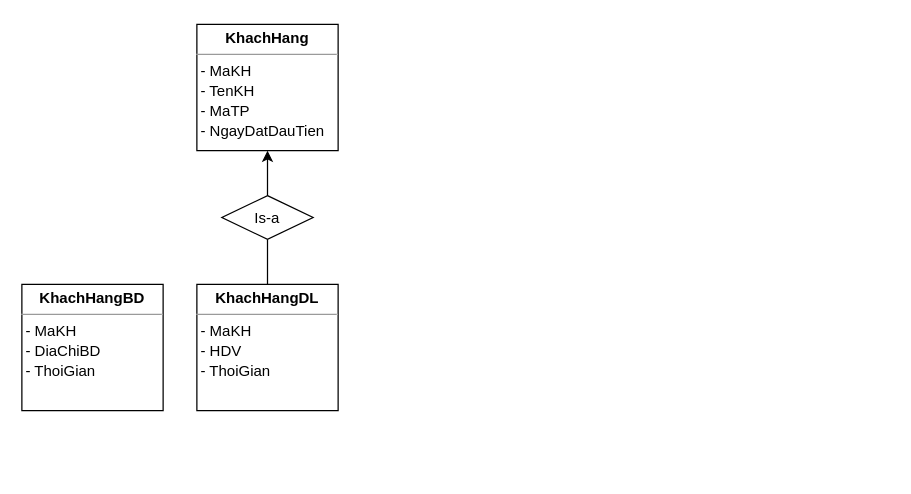
The draw.io diagram data warehouse.drawio in huybach2509/test2, before the edit. Source tidied: cells renumbered, new cells numbered last; positions are measured from the earlier drawing's top-left corner, leaving out a move shared by most shapes. Both pictures are drawn from the tidied source at 125%, with x=0, y=0 at pixel (21, 24).
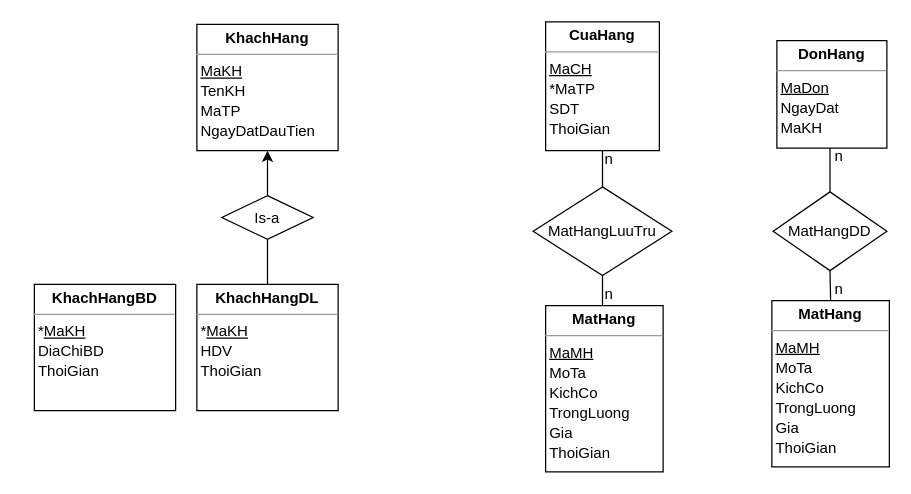
After the change.

Change to the diagram source:
```diff
@@
-    <mxCell id="3" value="&lt;p style=&quot;margin:0px;margin-top:4px;text-align:center;&quot;&gt;&lt;b&gt;KhachHang&lt;/b&gt;&lt;/p&gt;&lt;hr size=&quot;1&quot;&gt;&lt;div style=&quot;height:2px;&quot;&gt;&amp;nbsp;- MaKH&lt;/div&gt;&lt;div style=&quot;height:2px;&quot;&gt;&lt;br&gt;&lt;/div&gt;&lt;div style=&quot;height:2px;&quot;&gt;&lt;br&gt;&lt;/div&gt;&lt;div style=&quot;height:2px;&quot;&gt;&lt;br&gt;&lt;/div&gt;&lt;div style=&quot;height:2px;&quot;&gt;&lt;br&gt;&lt;/div&gt;&lt;div style=&quot;height:2px;&quot;&gt;&lt;br&gt;&lt;/div&gt;&lt;div style=&quot;height:2px;&quot;&gt;&lt;br&gt;&lt;/div&gt;&lt;div style=&quot;height:2px;&quot;&gt;&lt;br&gt;&lt;/div&gt;&lt;div style=&quot;height:2px;&quot;&gt;&amp;nbsp;- TenKH&lt;/div&gt;&lt;div style=&quot;height:2px;&quot;&gt;&lt;br&gt;&lt;/div&gt;&lt;div style=&quot;height:2px;&quot;&gt;&lt;br&gt;&lt;/div&gt;&lt;div style=&quot;height:2px;&quot;&gt;&lt;br&gt;&lt;/div&gt;&lt;div style=&quot;height:2px;&quot;&gt;&lt;br&gt;&lt;/div&gt;&lt;div style=&quot;height:2px;&quot;&gt;&lt;br&gt;&lt;/div&gt;&lt;div style=&quot;height:2px;&quot;&gt;&lt;br&gt;&lt;/div&gt;&lt;div style=&quot;height:2px;&quot;&gt;&lt;br&gt;&lt;/div&gt;&lt;div style=&quot;height:2px;&quot;&gt;&amp;nbsp;- MaTP&lt;/div&gt;&lt;div style=&quot;height:2px;&quot;&gt;&lt;br&gt;&lt;/div&gt;&lt;div style=&quot;height:2px;&quot;&gt;&lt;br&gt;&lt;/div&gt;&lt;div style=&quot;height:2px;&quot;&gt;&lt;br&gt;&lt;/div&gt;&lt;div style=&quot;height:2px;&quot;&gt;&lt;br&gt;&lt;/div&gt;&lt;div style=&quot;height:2px;&quot;&gt;&lt;br&gt;&lt;/div&gt;&lt;div style=&quot;height:2px;&quot;&gt;&lt;br&gt;&lt;/div&gt;&lt;div style=&quot;height:2px;&quot;&gt;&lt;br&gt;&lt;/div&gt;&lt;div style=&quot;height:2px;&quot;&gt;&amp;nbsp;- NgayDatDauTien&lt;/div&gt;" style="verticalAlign=top;align=left;overflow=fill;fontSize=12;fontFamily=Helvetica;html=1;whiteSpace=wrap;" parent="1" vertex="1">
+    <mxCell id="3" value="&lt;p style=&quot;margin:0px;margin-top:4px;text-align:center;&quot;&gt;&lt;b&gt;KhachHang&lt;/b&gt;&lt;/p&gt;&lt;hr size=&quot;1&quot;&gt;&lt;div style=&quot;height:2px;&quot;&gt;&amp;nbsp;&lt;u&gt;MaKH&lt;/u&gt;&lt;/div&gt;&lt;div style=&quot;height:2px;&quot;&gt;&lt;br&gt;&lt;/div&gt;&lt;div style=&quot;height:2px;&quot;&gt;&lt;br&gt;&lt;/div&gt;&lt;div style=&quot;height:2px;&quot;&gt;&lt;br&gt;&lt;/div&gt;&lt;div style=&quot;height:2px;&quot;&gt;&lt;br&gt;&lt;/div&gt;&lt;div style=&quot;height:2px;&quot;&gt;&lt;br&gt;&lt;/div&gt;&lt;div style=&quot;height:2px;&quot;&gt;&lt;br&gt;&lt;/div&gt;&lt;div style=&quot;height:2px;&quot;&gt;&lt;br&gt;&lt;/div&gt;&lt;div style=&quot;height:2px;&quot;&gt;&amp;nbsp;TenKH&lt;/div&gt;&lt;div style=&quot;height:2px;&quot;&gt;&lt;br&gt;&lt;/div&gt;&lt;div style=&quot;height:2px;&quot;&gt;&lt;br&gt;&lt;/div&gt;&lt;div style=&quot;height:2px;&quot;&gt;&lt;br&gt;&lt;/div&gt;&lt;div style=&quot;height:2px;&quot;&gt;&lt;br&gt;&lt;/div&gt;&lt;div style=&quot;height:2px;&quot;&gt;&lt;br&gt;&lt;/div&gt;&lt;div style=&quot;height:2px;&quot;&gt;&lt;br&gt;&lt;/div&gt;&lt;div style=&quot;height:2px;&quot;&gt;&lt;br&gt;&lt;/div&gt;&lt;div style=&quot;height:2px;&quot;&gt;&amp;nbsp;MaTP&lt;/div&gt;&lt;div style=&quot;height:2px;&quot;&gt;&lt;br&gt;&lt;/div&gt;&lt;div style=&quot;height:2px;&quot;&gt;&lt;br&gt;&lt;/div&gt;&lt;div style=&quot;height:2px;&quot;&gt;&lt;br&gt;&lt;/div&gt;&lt;div style=&quot;height:2px;&quot;&gt;&lt;br&gt;&lt;/div&gt;&lt;div style=&quot;height:2px;&quot;&gt;&lt;br&gt;&lt;/div&gt;&lt;div style=&quot;height:2px;&quot;&gt;&lt;br&gt;&lt;/div&gt;&lt;div style=&quot;height:2px;&quot;&gt;&lt;br&gt;&lt;/div&gt;&lt;div style=&quot;height:2px;&quot;&gt;&amp;nbsp;NgayDatDauTien&lt;/div&gt;" style="verticalAlign=top;align=left;overflow=fill;fontSize=12;fontFamily=Helvetica;html=1;whiteSpace=wrap;" parent="1" vertex="1">
       <mxGeometry x="140" width="113" height="101" as="geometry" />
     </mxCell>
-    <mxCell id="4" value="&lt;p style=&quot;margin:0px;margin-top:4px;text-align:center;&quot;&gt;&lt;b&gt;KhachHangDL&lt;/b&gt;&lt;/p&gt;&lt;hr size=&quot;1&quot;&gt;&lt;div style=&quot;height:2px;&quot;&gt;&amp;nbsp;- MaKH&lt;/div&gt;&lt;div style=&quot;height:2px;&quot;&gt;&lt;br&gt;&lt;/div&gt;&lt;div style=&quot;height:2px;&quot;&gt;&lt;br&gt;&lt;/div&gt;&lt;div style=&quot;height:2px;&quot;&gt;&lt;br&gt;&lt;/div&gt;&lt;div style=&quot;height:2px;&quot;&gt;&lt;br&gt;&lt;/div&gt;&lt;div style=&quot;height:2px;&quot;&gt;&lt;br&gt;&lt;/div&gt;&lt;div style=&quot;height:2px;&quot;&gt;&lt;br&gt;&lt;/div&gt;&lt;div style=&quot;height:2px;&quot;&gt;&lt;br&gt;&lt;/div&gt;&lt;div style=&quot;height:2px;&quot;&gt;&amp;nbsp;- HDV&lt;/div&gt;&lt;div style=&quot;height:2px;&quot;&gt;&lt;br&gt;&lt;/div&gt;&lt;div style=&quot;height:2px;&quot;&gt;&lt;br&gt;&lt;/div&gt;&lt;div style=&quot;height:2px;&quot;&gt;&lt;br&gt;&lt;/div&gt;&lt;div style=&quot;height:2px;&quot;&gt;&lt;br&gt;&lt;/div&gt;&lt;div style=&quot;height:2px;&quot;&gt;&lt;br&gt;&lt;/div&gt;&lt;div style=&quot;height:2px;&quot;&gt;&lt;br&gt;&lt;/div&gt;&lt;div style=&quot;height:2px;&quot;&gt;&lt;br&gt;&lt;/div&gt;&lt;div style=&quot;height:2px;&quot;&gt;&amp;nbsp;- ThoiGian&lt;/div&gt;&lt;div style=&quot;height:2px;&quot;&gt;&lt;br&gt;&lt;/div&gt;&lt;div style=&quot;height:2px;&quot;&gt;&lt;br&gt;&lt;/div&gt;&lt;div style=&quot;height:2px;&quot;&gt;&lt;br&gt;&lt;/div&gt;&lt;div style=&quot;height:2px;&quot;&gt;&lt;br&gt;&lt;/div&gt;&lt;div style=&quot;height:2px;&quot;&gt;&lt;br&gt;&lt;/div&gt;&lt;div style=&quot;height:2px;&quot;&gt;&lt;br&gt;&lt;/div&gt;&lt;div style=&quot;height:2px;&quot;&gt;&lt;br&gt;&lt;/div&gt;&lt;div style=&quot;height:2px;&quot;&gt;&amp;nbsp;&lt;/div&gt;" style="verticalAlign=top;align=left;overflow=fill;fontSize=12;fontFamily=Helvetica;html=1;whiteSpace=wrap;" parent="1" vertex="1">
+    <mxCell id="4" value="&lt;p style=&quot;margin:0px;margin-top:4px;text-align:center;&quot;&gt;&lt;b&gt;KhachHangDL&lt;/b&gt;&lt;/p&gt;&lt;hr size=&quot;1&quot;&gt;&lt;div style=&quot;height:2px;&quot;&gt;&amp;nbsp;*&lt;u&gt;MaKH&lt;/u&gt;&lt;/div&gt;&lt;div style=&quot;height:2px;&quot;&gt;&lt;br&gt;&lt;/div&gt;&lt;div style=&quot;height:2px;&quot;&gt;&lt;br&gt;&lt;/div&gt;&lt;div style=&quot;height:2px;&quot;&gt;&lt;br&gt;&lt;/div&gt;&lt;div style=&quot;height:2px;&quot;&gt;&lt;br&gt;&lt;/div&gt;&lt;div style=&quot;height:2px;&quot;&gt;&lt;br&gt;&lt;/div&gt;&lt;div style=&quot;height:2px;&quot;&gt;&lt;br&gt;&lt;/div&gt;&lt;div style=&quot;height:2px;&quot;&gt;&lt;br&gt;&lt;/div&gt;&lt;div style=&quot;height:2px;&quot;&gt;&amp;nbsp;HDV&lt;/div&gt;&lt;div style=&quot;height:2px;&quot;&gt;&lt;br&gt;&lt;/div&gt;&lt;div style=&quot;height:2px;&quot;&gt;&lt;br&gt;&lt;/div&gt;&lt;div style=&quot;height:2px;&quot;&gt;&lt;br&gt;&lt;/div&gt;&lt;div style=&quot;height:2px;&quot;&gt;&lt;br&gt;&lt;/div&gt;&lt;div style=&quot;height:2px;&quot;&gt;&lt;br&gt;&lt;/div&gt;&lt;div style=&quot;height:2px;&quot;&gt;&lt;br&gt;&lt;/div&gt;&lt;div style=&quot;height:2px;&quot;&gt;&lt;br&gt;&lt;/div&gt;&lt;div style=&quot;height:2px;&quot;&gt;&amp;nbsp;ThoiGian&lt;/div&gt;&lt;div style=&quot;height:2px;&quot;&gt;&lt;br&gt;&lt;/div&gt;&lt;div style=&quot;height:2px;&quot;&gt;&lt;br&gt;&lt;/div&gt;&lt;div style=&quot;height:2px;&quot;&gt;&lt;br&gt;&lt;/div&gt;&lt;div style=&quot;height:2px;&quot;&gt;&lt;br&gt;&lt;/div&gt;&lt;div style=&quot;height:2px;&quot;&gt;&lt;br&gt;&lt;/div&gt;&lt;div style=&quot;height:2px;&quot;&gt;&lt;br&gt;&lt;/div&gt;&lt;div style=&quot;height:2px;&quot;&gt;&lt;br&gt;&lt;/div&gt;&lt;div style=&quot;height:2px;&quot;&gt;&amp;nbsp;&lt;/div&gt;" style="verticalAlign=top;align=left;overflow=fill;fontSize=12;fontFamily=Helvetica;html=1;whiteSpace=wrap;" parent="1" vertex="1">
       <mxGeometry x="140" y="208" width="113" height="101" as="geometry" />
     </mxCell>
-    <mxCell id="5" value="&lt;p style=&quot;margin:0px;margin-top:4px;text-align:center;&quot;&gt;&lt;b&gt;KhachHangBD&lt;/b&gt;&lt;/p&gt;&lt;hr size=&quot;1&quot;&gt;&lt;div style=&quot;height:2px;&quot;&gt;&amp;nbsp;- MaKH&lt;/div&gt;&lt;div style=&quot;height:2px;&quot;&gt;&lt;br&gt;&lt;/div&gt;&lt;div style=&quot;height:2px;&quot;&gt;&lt;br&gt;&lt;/div&gt;&lt;div style=&quot;height:2px;&quot;&gt;&lt;br&gt;&lt;/div&gt;&lt;div style=&quot;height:2px;&quot;&gt;&lt;br&gt;&lt;/div&gt;&lt;div style=&quot;height:2px;&quot;&gt;&lt;br&gt;&lt;/div&gt;&lt;div style=&quot;height:2px;&quot;&gt;&lt;br&gt;&lt;/div&gt;&lt;div style=&quot;height:2px;&quot;&gt;&lt;br&gt;&lt;/div&gt;&lt;div style=&quot;height:2px;&quot;&gt;&amp;nbsp;- DiaChiBD&lt;/div&gt;&lt;div style=&quot;height:2px;&quot;&gt;&lt;br&gt;&lt;/div&gt;&lt;div style=&quot;height:2px;&quot;&gt;&lt;br&gt;&lt;/div&gt;&lt;div style=&quot;height:2px;&quot;&gt;&lt;br&gt;&lt;/div&gt;&lt;div style=&quot;height:2px;&quot;&gt;&lt;br&gt;&lt;/div&gt;&lt;div style=&quot;height:2px;&quot;&gt;&lt;br&gt;&lt;/div&gt;&lt;div style=&quot;height:2px;&quot;&gt;&lt;br&gt;&lt;/div&gt;&lt;div style=&quot;height:2px;&quot;&gt;&lt;br&gt;&lt;/div&gt;&lt;div style=&quot;height:2px;&quot;&gt;&amp;nbsp;- ThoiGian&lt;/div&gt;&lt;div style=&quot;height:2px;&quot;&gt;&lt;br&gt;&lt;/div&gt;&lt;div style=&quot;height:2px;&quot;&gt;&lt;br&gt;&lt;/div&gt;&lt;div style=&quot;height:2px;&quot;&gt;&lt;br&gt;&lt;/div&gt;&lt;div style=&quot;height:2px;&quot;&gt;&lt;br&gt;&lt;/div&gt;&lt;div style=&quot;height:2px;&quot;&gt;&lt;br&gt;&lt;/div&gt;&lt;div style=&quot;height:2px;&quot;&gt;&lt;br&gt;&lt;/div&gt;&lt;div style=&quot;height:2px;&quot;&gt;&lt;br&gt;&lt;/div&gt;&lt;div style=&quot;height:2px;&quot;&gt;&amp;nbsp;&lt;/div&gt;" style="verticalAlign=top;align=left;overflow=fill;fontSize=12;fontFamily=Helvetica;html=1;whiteSpace=wrap;" parent="1" vertex="1">
-      <mxGeometry y="208" width="113" height="101" as="geometry" />
+    <mxCell id="5" value="&lt;p style=&quot;margin:0px;margin-top:4px;text-align:center;&quot;&gt;&lt;b&gt;KhachHangBD&lt;/b&gt;&lt;/p&gt;&lt;hr size=&quot;1&quot;&gt;&lt;div style=&quot;height:2px;&quot;&gt;&amp;nbsp;*&lt;u&gt;MaKH&lt;/u&gt;&lt;/div&gt;&lt;div style=&quot;height:2px;&quot;&gt;&lt;br&gt;&lt;/div&gt;&lt;div style=&quot;height:2px;&quot;&gt;&lt;br&gt;&lt;/div&gt;&lt;div style=&quot;height:2px;&quot;&gt;&lt;br&gt;&lt;/div&gt;&lt;div style=&quot;height:2px;&quot;&gt;&lt;br&gt;&lt;/div&gt;&lt;div style=&quot;height:2px;&quot;&gt;&lt;br&gt;&lt;/div&gt;&lt;div style=&quot;height:2px;&quot;&gt;&lt;br&gt;&lt;/div&gt;&lt;div style=&quot;height:2px;&quot;&gt;&lt;br&gt;&lt;/div&gt;&lt;div style=&quot;height:2px;&quot;&gt;&amp;nbsp;DiaChiBD&lt;/div&gt;&lt;div style=&quot;height:2px;&quot;&gt;&lt;br&gt;&lt;/div&gt;&lt;div style=&quot;height:2px;&quot;&gt;&lt;br&gt;&lt;/div&gt;&lt;div style=&quot;height:2px;&quot;&gt;&lt;br&gt;&lt;/div&gt;&lt;div style=&quot;height:2px;&quot;&gt;&lt;br&gt;&lt;/div&gt;&lt;div style=&quot;height:2px;&quot;&gt;&lt;br&gt;&lt;/div&gt;&lt;div style=&quot;height:2px;&quot;&gt;&lt;br&gt;&lt;/div&gt;&lt;div style=&quot;height:2px;&quot;&gt;&lt;br&gt;&lt;/div&gt;&lt;div style=&quot;height:2px;&quot;&gt;&amp;nbsp;ThoiGian&lt;/div&gt;&lt;div style=&quot;height:2px;&quot;&gt;&lt;br&gt;&lt;/div&gt;&lt;div style=&quot;height:2px;&quot;&gt;&lt;br&gt;&lt;/div&gt;&lt;div style=&quot;height:2px;&quot;&gt;&lt;br&gt;&lt;/div&gt;&lt;div style=&quot;height:2px;&quot;&gt;&lt;br&gt;&lt;/div&gt;&lt;div style=&quot;height:2px;&quot;&gt;&lt;br&gt;&lt;/div&gt;&lt;div style=&quot;height:2px;&quot;&gt;&lt;br&gt;&lt;/div&gt;&lt;div style=&quot;height:2px;&quot;&gt;&lt;br&gt;&lt;/div&gt;&lt;div style=&quot;height:2px;&quot;&gt;&amp;nbsp;&lt;/div&gt;" style="verticalAlign=top;align=left;overflow=fill;fontSize=12;fontFamily=Helvetica;html=1;whiteSpace=wrap;" parent="1" vertex="1">
+      <mxGeometry x="10" y="208" width="113" height="101" as="geometry" />
     </mxCell>
@@
+    <mxCell id="8" value="&lt;p style=&quot;margin:0px;margin-top:4px;text-align:center;&quot;&gt;&lt;b&gt;CuaHang&lt;/b&gt;&lt;/p&gt;&lt;hr size=&quot;1&quot;&gt;&lt;div style=&quot;height:2px;&quot;&gt;&amp;nbsp;&lt;u&gt;MaCH&lt;/u&gt;&lt;/div&gt;&lt;div style=&quot;height:2px;&quot;&gt;&lt;br&gt;&lt;/div&gt;&lt;div style=&quot;height:2px;&quot;&gt;&lt;br&gt;&lt;/div&gt;&lt;div style=&quot;height:2px;&quot;&gt;&lt;br&gt;&lt;/div&gt;&lt;div style=&quot;height:2px;&quot;&gt;&lt;br&gt;&lt;/div&gt;&lt;div style=&quot;height:2px;&quot;&gt;&lt;br&gt;&lt;/div&gt;&lt;div style=&quot;height:2px;&quot;&gt;&lt;br&gt;&lt;/div&gt;&lt;div style=&quot;height:2px;&quot;&gt;&lt;br&gt;&lt;/div&gt;&lt;div style=&quot;height:2px;&quot;&gt;&amp;nbsp;*MaTP&lt;/div&gt;&lt;div style=&quot;height:2px;&quot;&gt;&lt;br&gt;&lt;/div&gt;&lt;div style=&quot;height:2px;&quot;&gt;&lt;br&gt;&lt;/div&gt;&lt;div style=&quot;height:2px;&quot;&gt;&lt;br&gt;&lt;/div&gt;&lt;div style=&quot;height:2px;&quot;&gt;&lt;br&gt;&lt;/div&gt;&lt;div style=&quot;height:2px;&quot;&gt;&lt;br&gt;&lt;/div&gt;&lt;div style=&quot;height:2px;&quot;&gt;&lt;br&gt;&lt;/div&gt;&lt;div style=&quot;height:2px;&quot;&gt;&lt;br&gt;&lt;/div&gt;&lt;div style=&quot;height:2px;&quot;&gt;&amp;nbsp;SDT&lt;/div&gt;&lt;div style=&quot;height:2px;&quot;&gt;&lt;br&gt;&lt;/div&gt;&lt;div style=&quot;height:2px;&quot;&gt;&lt;br&gt;&lt;/div&gt;&lt;div style=&quot;height:2px;&quot;&gt;&lt;br&gt;&lt;/div&gt;&lt;div style=&quot;height:2px;&quot;&gt;&lt;br&gt;&lt;/div&gt;&lt;div style=&quot;height:2px;&quot;&gt;&lt;br&gt;&lt;/div&gt;&lt;div style=&quot;height:2px;&quot;&gt;&lt;br&gt;&lt;/div&gt;&lt;div style=&quot;height:2px;&quot;&gt;&lt;br&gt;&lt;/div&gt;&lt;div style=&quot;height:2px;&quot;&gt;&amp;nbsp;ThoiGian&lt;/div&gt;" style="verticalAlign=top;align=left;overflow=fill;fontSize=12;fontFamily=Helvetica;html=1;whiteSpace=wrap;" parent="1" vertex="1">
+      <mxGeometry x="419" y="-2" width="91" height="103" as="geometry" />
+    </mxCell>
+    <mxCell id="9" style="edgeStyle=orthogonalEdgeStyle;rounded=0;jettySize=auto;html=1;exitX=0.5;exitY=0;exitDx=0;exitDy=0;entryX=0.5;entryY=1;entryDx=0;entryDy=0;endArrow=none;endFill=0;" parent="1" edge="1" source="10" target="12">
+      <mxGeometry relative="1" as="geometry" />
+    </mxCell>
+    <mxCell id="10" value="&lt;p style=&quot;margin:0px;margin-top:4px;text-align:center;&quot;&gt;&lt;b&gt;MatHang&lt;/b&gt;&lt;/p&gt;&lt;hr size=&quot;1&quot;&gt;&lt;div style=&quot;height:2px;&quot;&gt;&amp;nbsp;&lt;u&gt;MaMH&lt;/u&gt;&lt;/div&gt;&lt;div style=&quot;height:2px;&quot;&gt;&lt;br&gt;&lt;/div&gt;&lt;div style=&quot;height:2px;&quot;&gt;&lt;br&gt;&lt;/div&gt;&lt;div style=&quot;height:2px;&quot;&gt;&lt;br&gt;&lt;/div&gt;&lt;div style=&quot;height:2px;&quot;&gt;&lt;br&gt;&lt;/div&gt;&lt;div style=&quot;height:2px;&quot;&gt;&lt;br&gt;&lt;/div&gt;&lt;div style=&quot;height:2px;&quot;&gt;&lt;br&gt;&lt;/div&gt;&lt;div style=&quot;height:2px;&quot;&gt;&lt;br&gt;&lt;/div&gt;&lt;div style=&quot;height:2px;&quot;&gt;&amp;nbsp;MoTa&lt;/div&gt;&lt;div style=&quot;height:2px;&quot;&gt;&lt;br&gt;&lt;/div&gt;&lt;div style=&quot;height:2px;&quot;&gt;&lt;br&gt;&lt;/div&gt;&lt;div style=&quot;height:2px;&quot;&gt;&lt;br&gt;&lt;/div&gt;&lt;div style=&quot;height:2px;&quot;&gt;&lt;br&gt;&lt;/div&gt;&lt;div style=&quot;height:2px;&quot;&gt;&lt;br&gt;&lt;/div&gt;&lt;div style=&quot;height:2px;&quot;&gt;&lt;br&gt;&lt;/div&gt;&lt;div style=&quot;height:2px;&quot;&gt;&lt;br&gt;&lt;/div&gt;&lt;div style=&quot;height:2px;&quot;&gt;&amp;nbsp;KichCo&lt;/div&gt;&lt;div style=&quot;height:2px;&quot;&gt;&lt;br&gt;&lt;/div&gt;&lt;div style=&quot;height:2px;&quot;&gt;&lt;br&gt;&lt;/div&gt;&lt;div style=&quot;height:2px;&quot;&gt;&lt;br&gt;&lt;/div&gt;&lt;div style=&quot;height:2px;&quot;&gt;&lt;br&gt;&lt;/div&gt;&lt;div style=&quot;height:2px;&quot;&gt;&lt;br&gt;&lt;/div&gt;&lt;div style=&quot;height:2px;&quot;&gt;&lt;br&gt;&lt;/div&gt;&lt;div style=&quot;height:2px;&quot;&gt;&lt;br&gt;&lt;/div&gt;&lt;div style=&quot;height:2px;&quot;&gt;&amp;nbsp;TrongLuong&lt;/div&gt;&lt;div style=&quot;height:2px;&quot;&gt;&lt;br&gt;&lt;/div&gt;&lt;div style=&quot;height:2px;&quot;&gt;&lt;br&gt;&lt;/div&gt;&lt;div style=&quot;height:2px;&quot;&gt;&lt;br&gt;&lt;/div&gt;&lt;div style=&quot;height:2px;&quot;&gt;&lt;br&gt;&lt;/div&gt;&lt;div style=&quot;height:2px;&quot;&gt;&lt;br&gt;&lt;/div&gt;&lt;div style=&quot;height:2px;&quot;&gt;&lt;br&gt;&lt;/div&gt;&lt;div style=&quot;height:2px;&quot;&gt;&lt;br&gt;&lt;/div&gt;&lt;div style=&quot;height:2px;&quot;&gt;&amp;nbsp;Gia&lt;/div&gt;&lt;div style=&quot;height:2px;&quot;&gt;&lt;br&gt;&lt;/div&gt;&lt;div style=&quot;height:2px;&quot;&gt;&lt;br&gt;&lt;/div&gt;&lt;div style=&quot;height:2px;&quot;&gt;&lt;br&gt;&lt;/div&gt;&lt;div style=&quot;height:2px;&quot;&gt;&lt;br&gt;&lt;/div&gt;&lt;div style=&quot;height:2px;&quot;&gt;&lt;br&gt;&lt;/div&gt;&lt;div style=&quot;height:2px;&quot;&gt;&lt;br&gt;&lt;/div&gt;&lt;div style=&quot;height:2px;&quot;&gt;&lt;br&gt;&lt;/div&gt;&lt;div style=&quot;height:2px;&quot;&gt;&amp;nbsp;ThoiGian&lt;/div&gt;" style="verticalAlign=top;align=left;overflow=fill;fontSize=12;fontFamily=Helvetica;html=1;whiteSpace=wrap;" parent="1" vertex="1">
+      <mxGeometry x="419" y="225" width="94" height="133" as="geometry" />
+    </mxCell>
+    <mxCell id="11" style="edgeStyle=orthogonalEdgeStyle;rounded=0;jettySize=auto;html=1;exitX=0.5;exitY=0;exitDx=0;exitDy=0;entryX=0.5;entryY=1;entryDx=0;entryDy=0;endArrow=none;endFill=0;" parent="1" edge="1" source="12" target="8">
+      <mxGeometry relative="1" as="geometry" />
+    </mxCell>
+    <mxCell id="12" value="MatHangLuuTru" style="rhombus;whiteSpace=wrap;html=1;" parent="1" vertex="1">
+      <mxGeometry x="409" y="130" width="111" height="71" as="geometry" />
+    </mxCell>
+    <mxCell id="13" style="rounded=0;jettySize=auto;html=1;exitX=0.5;exitY=1;exitDx=0;exitDy=0;entryX=0.5;entryY=0;entryDx=0;entryDy=0;endArrow=none;endFill=0;" parent="1" edge="1" source="14" target="21">
+      <mxGeometry relative="1" as="geometry" />
+    </mxCell>
+    <mxCell id="14" value="MatHangDD" style="rhombus;whiteSpace=wrap;html=1;" parent="1" vertex="1">
+      <mxGeometry x="601" y="134" width="91" height="63" as="geometry" />
+    </mxCell>
+    <mxCell id="15" value="n" style="text;html=1;strokeColor=none;fillColor=none;align=center;verticalAlign=middle;whiteSpace=wrap;rounded=0;" parent="1" vertex="1">
+      <mxGeometry x="440" y="201" width="60" height="30" as="geometry" />
+    </mxCell>
+    <mxCell id="16" value="n" style="text;html=1;strokeColor=none;fillColor=none;align=center;verticalAlign=middle;whiteSpace=wrap;rounded=0;" parent="1" vertex="1">
+      <mxGeometry x="440" y="93" width="60" height="30" as="geometry" />
+    </mxCell>
+    <mxCell id="17" style="rounded=0;jettySize=auto;html=1;exitX=0.5;exitY=1;exitDx=0;exitDy=0;entryX=0.5;entryY=0;entryDx=0;entryDy=0;endArrow=none;endFill=0;" parent="1" edge="1" target="14">
+      <mxGeometry relative="1" as="geometry">
+        <mxPoint x="646.5" y="99" as="sourcePoint" />
+      </mxGeometry>
+    </mxCell>
+    <mxCell id="18" value="n" style="text;html=1;strokeColor=none;fillColor=none;align=center;verticalAlign=middle;whiteSpace=wrap;rounded=0;" parent="1" vertex="1">
+      <mxGeometry x="624" y="91" width="60" height="30" as="geometry" />
+    </mxCell>
+    <mxCell id="19" value="n" style="text;html=1;strokeColor=none;fillColor=none;align=center;verticalAlign=middle;whiteSpace=wrap;rounded=0;" parent="1" vertex="1">
+      <mxGeometry x="624" y="197" width="60" height="30" as="geometry" />
+    </mxCell>
+    <mxCell id="20" value="&lt;p style=&quot;margin:0px;margin-top:4px;text-align:center;&quot;&gt;&lt;b&gt;DonHang&lt;/b&gt;&lt;/p&gt;&lt;hr size=&quot;1&quot;&gt;&lt;div style=&quot;height:2px;&quot;&gt;&amp;nbsp;&lt;u&gt;MaDon&lt;/u&gt;&lt;/div&gt;&lt;div style=&quot;height:2px;&quot;&gt;&lt;br&gt;&lt;/div&gt;&lt;div style=&quot;height:2px;&quot;&gt;&lt;br&gt;&lt;/div&gt;&lt;div style=&quot;height:2px;&quot;&gt;&lt;br&gt;&lt;/div&gt;&lt;div style=&quot;height:2px;&quot;&gt;&lt;br&gt;&lt;/div&gt;&lt;div style=&quot;height:2px;&quot;&gt;&lt;br&gt;&lt;/div&gt;&lt;div style=&quot;height:2px;&quot;&gt;&lt;br&gt;&lt;/div&gt;&lt;div style=&quot;height:2px;&quot;&gt;&lt;br&gt;&lt;/div&gt;&lt;div style=&quot;height:2px;&quot;&gt;&amp;nbsp;NgayDat&lt;/div&gt;&lt;div style=&quot;height:2px;&quot;&gt;&lt;br&gt;&lt;/div&gt;&lt;div style=&quot;height:2px;&quot;&gt;&lt;br&gt;&lt;/div&gt;&lt;div style=&quot;height:2px;&quot;&gt;&lt;br&gt;&lt;/div&gt;&lt;div style=&quot;height:2px;&quot;&gt;&lt;br&gt;&lt;/div&gt;&lt;div style=&quot;height:2px;&quot;&gt;&lt;br&gt;&lt;/div&gt;&lt;div style=&quot;height:2px;&quot;&gt;&lt;br&gt;&lt;/div&gt;&lt;div style=&quot;height:2px;&quot;&gt;&lt;br&gt;&lt;/div&gt;&lt;div style=&quot;height:2px;&quot;&gt;&amp;nbsp;MaKH&lt;/div&gt;&lt;div style=&quot;height:2px;&quot;&gt;&lt;br&gt;&lt;/div&gt;&lt;div style=&quot;height:2px;&quot;&gt;&lt;br&gt;&lt;/div&gt;&lt;div style=&quot;height:2px;&quot;&gt;&lt;br&gt;&lt;/div&gt;&lt;div style=&quot;height:2px;&quot;&gt;&lt;br&gt;&lt;/div&gt;&lt;div style=&quot;height:2px;&quot;&gt;&lt;br&gt;&lt;/div&gt;&lt;div style=&quot;height:2px;&quot;&gt;&lt;br&gt;&lt;/div&gt;&lt;div style=&quot;height:2px;&quot;&gt;&lt;br&gt;&lt;/div&gt;&lt;div style=&quot;height:2px;&quot;&gt;&amp;nbsp;&lt;/div&gt;" style="verticalAlign=top;align=left;overflow=fill;fontSize=12;fontFamily=Helvetica;html=1;whiteSpace=wrap;" parent="1" vertex="1">
+      <mxGeometry x="604" y="13" width="88" height="86" as="geometry" />
+    </mxCell>
+    <mxCell id="21" value="&lt;p style=&quot;margin:0px;margin-top:4px;text-align:center;&quot;&gt;&lt;b&gt;MatHang&lt;/b&gt;&lt;/p&gt;&lt;hr size=&quot;1&quot;&gt;&lt;div style=&quot;height:2px;&quot;&gt;&amp;nbsp;&lt;u&gt;MaMH&lt;/u&gt;&lt;/div&gt;&lt;div style=&quot;height:2px;&quot;&gt;&lt;br&gt;&lt;/div&gt;&lt;div style=&quot;height:2px;&quot;&gt;&lt;br&gt;&lt;/div&gt;&lt;div style=&quot;height:2px;&quot;&gt;&lt;br&gt;&lt;/div&gt;&lt;div style=&quot;height:2px;&quot;&gt;&lt;br&gt;&lt;/div&gt;&lt;div style=&quot;height:2px;&quot;&gt;&lt;br&gt;&lt;/div&gt;&lt;div style=&quot;height:2px;&quot;&gt;&lt;br&gt;&lt;/div&gt;&lt;div style=&quot;height:2px;&quot;&gt;&lt;br&gt;&lt;/div&gt;&lt;div style=&quot;height:2px;&quot;&gt;&amp;nbsp;MoTa&lt;/div&gt;&lt;div style=&quot;height:2px;&quot;&gt;&lt;br&gt;&lt;/div&gt;&lt;div style=&quot;height:2px;&quot;&gt;&lt;br&gt;&lt;/div&gt;&lt;div style=&quot;height:2px;&quot;&gt;&lt;br&gt;&lt;/div&gt;&lt;div style=&quot;height:2px;&quot;&gt;&lt;br&gt;&lt;/div&gt;&lt;div style=&quot;height:2px;&quot;&gt;&lt;br&gt;&lt;/div&gt;&lt;div style=&quot;height:2px;&quot;&gt;&lt;br&gt;&lt;/div&gt;&lt;div style=&quot;height:2px;&quot;&gt;&lt;br&gt;&lt;/div&gt;&lt;div style=&quot;height:2px;&quot;&gt;&amp;nbsp;KichCo&lt;/div&gt;&lt;div style=&quot;height:2px;&quot;&gt;&lt;br&gt;&lt;/div&gt;&lt;div style=&quot;height:2px;&quot;&gt;&lt;br&gt;&lt;/div&gt;&lt;div style=&quot;height:2px;&quot;&gt;&lt;br&gt;&lt;/div&gt;&lt;div style=&quot;height:2px;&quot;&gt;&lt;br&gt;&lt;/div&gt;&lt;div style=&quot;height:2px;&quot;&gt;&lt;br&gt;&lt;/div&gt;&lt;div style=&quot;height:2px;&quot;&gt;&lt;br&gt;&lt;/div&gt;&lt;div style=&quot;height:2px;&quot;&gt;&lt;br&gt;&lt;/div&gt;&lt;div style=&quot;height:2px;&quot;&gt;&amp;nbsp;TrongLuong&lt;/div&gt;&lt;div style=&quot;height:2px;&quot;&gt;&lt;br&gt;&lt;/div&gt;&lt;div style=&quot;height:2px;&quot;&gt;&lt;br&gt;&lt;/div&gt;&lt;div style=&quot;height:2px;&quot;&gt;&lt;br&gt;&lt;/div&gt;&lt;div style=&quot;height:2px;&quot;&gt;&lt;br&gt;&lt;/div&gt;&lt;div style=&quot;height:2px;&quot;&gt;&lt;br&gt;&lt;/div&gt;&lt;div style=&quot;height:2px;&quot;&gt;&lt;br&gt;&lt;/div&gt;&lt;div style=&quot;height:2px;&quot;&gt;&lt;br&gt;&lt;/div&gt;&lt;div style=&quot;height:2px;&quot;&gt;&amp;nbsp;Gia&lt;/div&gt;&lt;div style=&quot;height:2px;&quot;&gt;&lt;br&gt;&lt;/div&gt;&lt;div style=&quot;height:2px;&quot;&gt;&lt;br&gt;&lt;/div&gt;&lt;div style=&quot;height:2px;&quot;&gt;&lt;br&gt;&lt;/div&gt;&lt;div style=&quot;height:2px;&quot;&gt;&lt;br&gt;&lt;/div&gt;&lt;div style=&quot;height:2px;&quot;&gt;&lt;br&gt;&lt;/div&gt;&lt;div style=&quot;height:2px;&quot;&gt;&lt;br&gt;&lt;/div&gt;&lt;div style=&quot;height:2px;&quot;&gt;&lt;br&gt;&lt;/div&gt;&lt;div style=&quot;height:2px;&quot;&gt;&amp;nbsp;ThoiGian&lt;/div&gt;" style="verticalAlign=top;align=left;overflow=fill;fontSize=12;fontFamily=Helvetica;html=1;whiteSpace=wrap;" parent="1" vertex="1">
+      <mxGeometry x="600" y="221" width="94" height="133" as="geometry" />
+    </mxCell>
```
